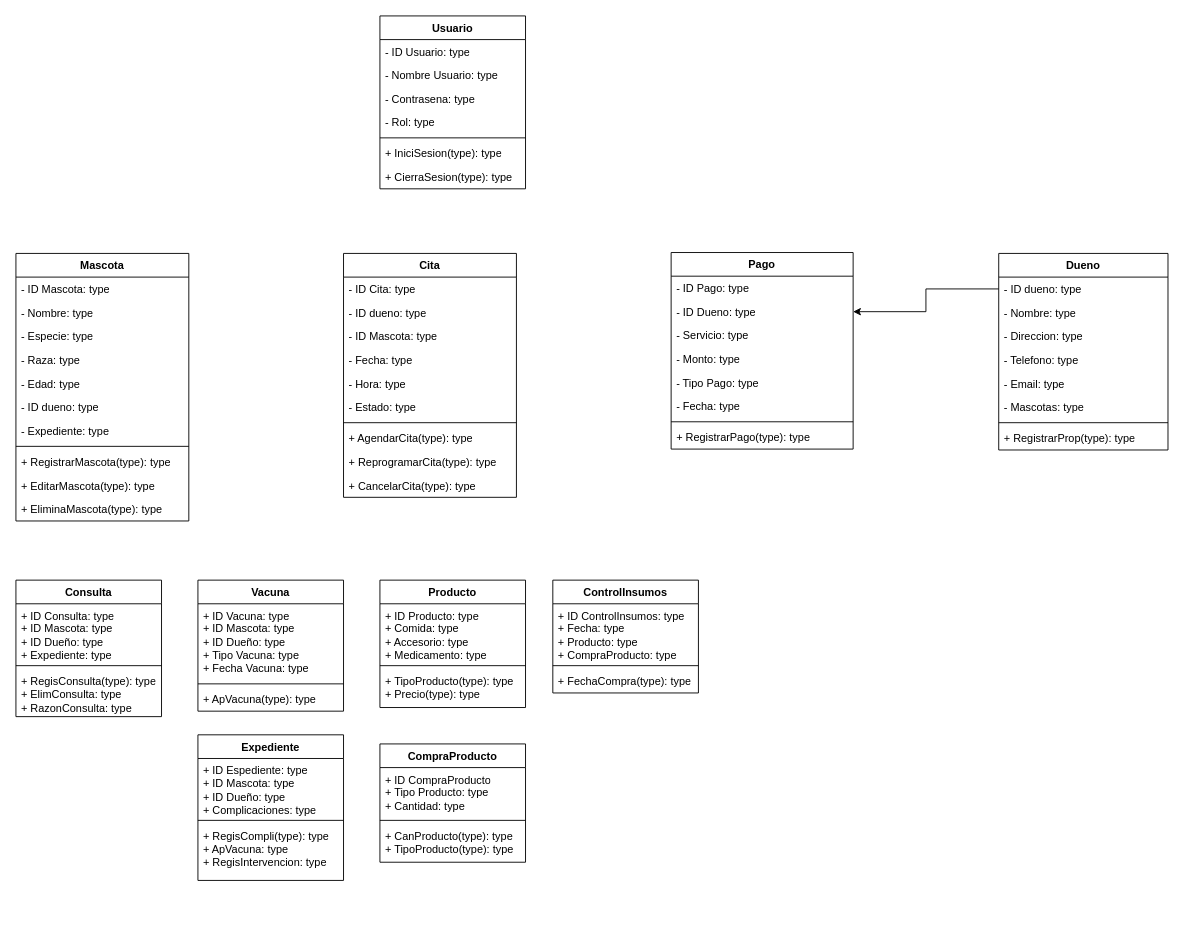
Before: Diagrama sin título.drawio in NixieNixi/diagramaClases, a draw.io diagram. Source tidied: cells renumbered, new cells numbered last; positions are measured from the earlier drawing's top-left corner, leaving out a move shared by most shapes. Both pictures are drawn from the tidied source at 91%, with x=0, y=0 at pixel (15, 15).
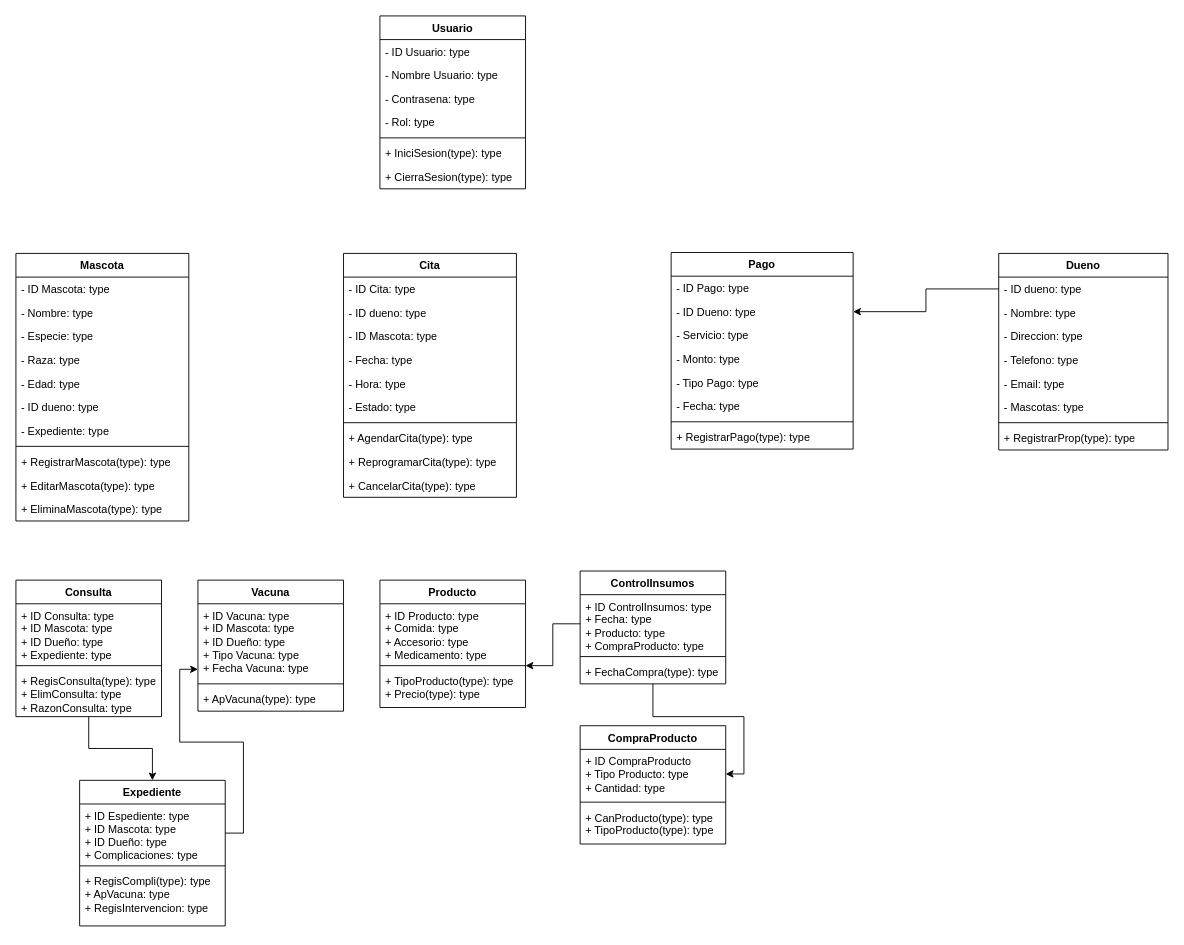
Above is the later version.

Unchanged cells that the change refers to:
```xml
<mxCell id="52" value="+ ID Vacuna: type&lt;div&gt;+ ID Mascota: type&lt;/div&gt;&lt;div&gt;+ ID Dueño: type&lt;/div&gt;&lt;div&gt;+ Tipo Vacuna: type&lt;/div&gt;&lt;div&gt;+ Fecha Vacuna: type&lt;/div&gt;" style="text;strokeColor=none;fillColor=none;align=left;verticalAlign=top;spacingLeft=4;spacingRight=4;overflow=hidden;points=[[0,0.5],[1,0.5]];portConstraint=eastwest;whiteSpace=wrap;html=1;" parent="51" vertex="1">
  <mxGeometry y="26" width="160" height="84" as="geometry" />
</mxCell>
<mxCell id="55" value="Consulta" style="swimlane;fontStyle=1;align=center;verticalAlign=top;horizontal=1;startSize=26;whiteSpace=wrap;html=1;" parent="1" vertex="1">
  <mxGeometry y="620" width="160" height="150" as="geometry" />
</mxCell>
<mxCell id="61" style="line;strokeWidth=1;fillColor=none;align=left;verticalAlign=middle;spacingTop=-1;spacingLeft=3;spacingRight=3;labelPosition=right;points=[];portConstraint=eastwest;strokeColor=inherit;" parent="59" vertex="1">
  <mxGeometry y="90" width="160" height="8" as="geometry" />
</mxCell>
<mxCell id="64" value="&lt;div&gt;+ ID ControlInsumos: type&lt;/div&gt;+ Fecha: type&lt;div&gt;+ Producto: type&lt;/div&gt;&lt;div&gt;+ CompraProducto: type&lt;/div&gt;" style="text;strokeColor=none;fillColor=none;align=left;verticalAlign=top;spacingLeft=4;spacingRight=4;overflow=hidden;points=[[0,0.5],[1,0.5]];portConstraint=eastwest;whiteSpace=wrap;html=1;" parent="63" vertex="1">
  <mxGeometry y="26" width="160" height="64" as="geometry" />
</mxCell>
<mxCell id="68" value="&lt;div&gt;+ ID CompraProducto&lt;/div&gt;+ Tipo Producto: type&lt;div&gt;+ Cantidad: type&lt;/div&gt;" style="text;strokeColor=none;fillColor=none;align=left;verticalAlign=top;spacingLeft=4;spacingRight=4;overflow=hidden;points=[[0,0.5],[1,0.5]];portConstraint=eastwest;whiteSpace=wrap;html=1;" parent="67" vertex="1">
  <mxGeometry y="26" width="160" height="54" as="geometry" />
</mxCell>
<mxCell id="72" value="+ ID Espediente: type&lt;div&gt;+ ID Mascota: type&lt;/div&gt;&lt;div&gt;+ ID Dueño: type&lt;/div&gt;&lt;div&gt;+ Complicaciones: type&lt;/div&gt;" style="text;strokeColor=none;fillColor=none;align=left;verticalAlign=top;spacingLeft=4;spacingRight=4;overflow=hidden;points=[[0,0.5],[1,0.5]];portConstraint=eastwest;whiteSpace=wrap;html=1;" parent="71" vertex="1">
  <mxGeometry y="26" width="160" height="64" as="geometry" />
</mxCell>
```

Change to the diagram source:
```diff
@@
+    <mxCell id="76" style="edgeStyle=orthogonalEdgeStyle;rounded=0;jettySize=auto;html=1;entryX=1;entryY=0.5;entryDx=0;entryDy=0;" parent="1" edge="1" source="63" target="68">
+      <mxGeometry relative="1" as="geometry" />
+    </mxCell>
     <mxCell id="63" value="ControlInsumos" style="swimlane;fontStyle=1;align=center;verticalAlign=top;horizontal=1;startSize=26;whiteSpace=wrap;html=1;" parent="1" vertex="1">
-      <mxGeometry x="590" y="620" width="160" height="124" as="geometry" />
+      <mxGeometry x="620" y="610" width="160" height="124" as="geometry" />
     </mxCell>
@@
     <mxCell id="67" value="CompraProducto" style="swimlane;fontStyle=1;align=center;verticalAlign=top;horizontal=1;startSize=26;whiteSpace=wrap;html=1;" parent="1" vertex="1">
-      <mxGeometry x="400" y="800" width="160" height="130" as="geometry" />
+      <mxGeometry x="620" y="780" width="160" height="130" as="geometry" />
     </mxCell>
@@
     <mxCell id="71" value="Expediente" style="swimlane;fontStyle=1;align=center;verticalAlign=top;horizontal=1;startSize=26;whiteSpace=wrap;html=1;" parent="1" vertex="1">
-      <mxGeometry x="200" y="790" width="160" height="160" as="geometry" />
+      <mxGeometry x="70" y="840" width="160" height="160" as="geometry" />
     </mxCell>
@@
+    <mxCell id="77" style="edgeStyle=orthogonalEdgeStyle;rounded=0;jettySize=auto;html=1;" parent="1" edge="1" source="64" target="61">
+      <mxGeometry relative="1" as="geometry" />
+    </mxCell>
+    <mxCell id="78" style="edgeStyle=orthogonalEdgeStyle;rounded=0;jettySize=auto;html=1;entryX=0.5;entryY=0;entryDx=0;entryDy=0;" parent="1" edge="1" source="55" target="71">
+      <mxGeometry relative="1" as="geometry" />
+    </mxCell>
+    <mxCell id="79" style="edgeStyle=orthogonalEdgeStyle;rounded=0;jettySize=auto;html=1;entryX=0;entryY=0.857;entryDx=0;entryDy=0;entryPerimeter=0;" parent="1" edge="1" source="72" target="52">
+      <mxGeometry relative="1" as="geometry" />
+    </mxCell>
```
